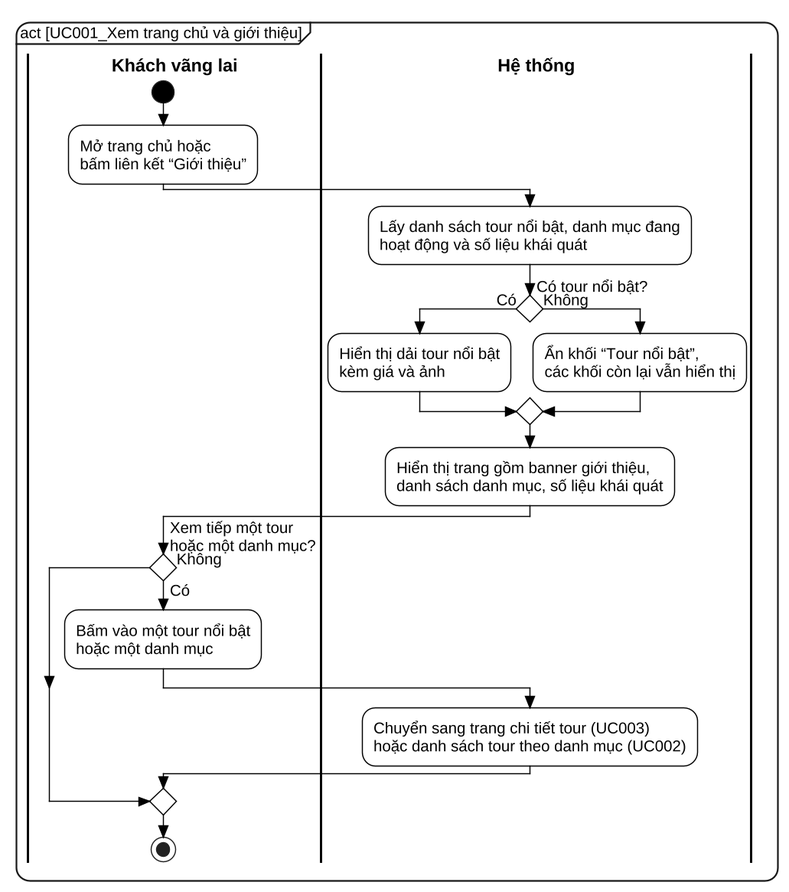
Above: docs/report/diagrams/png/UC001_activity.png in kanele05/project_www (PlantUML), before the change.
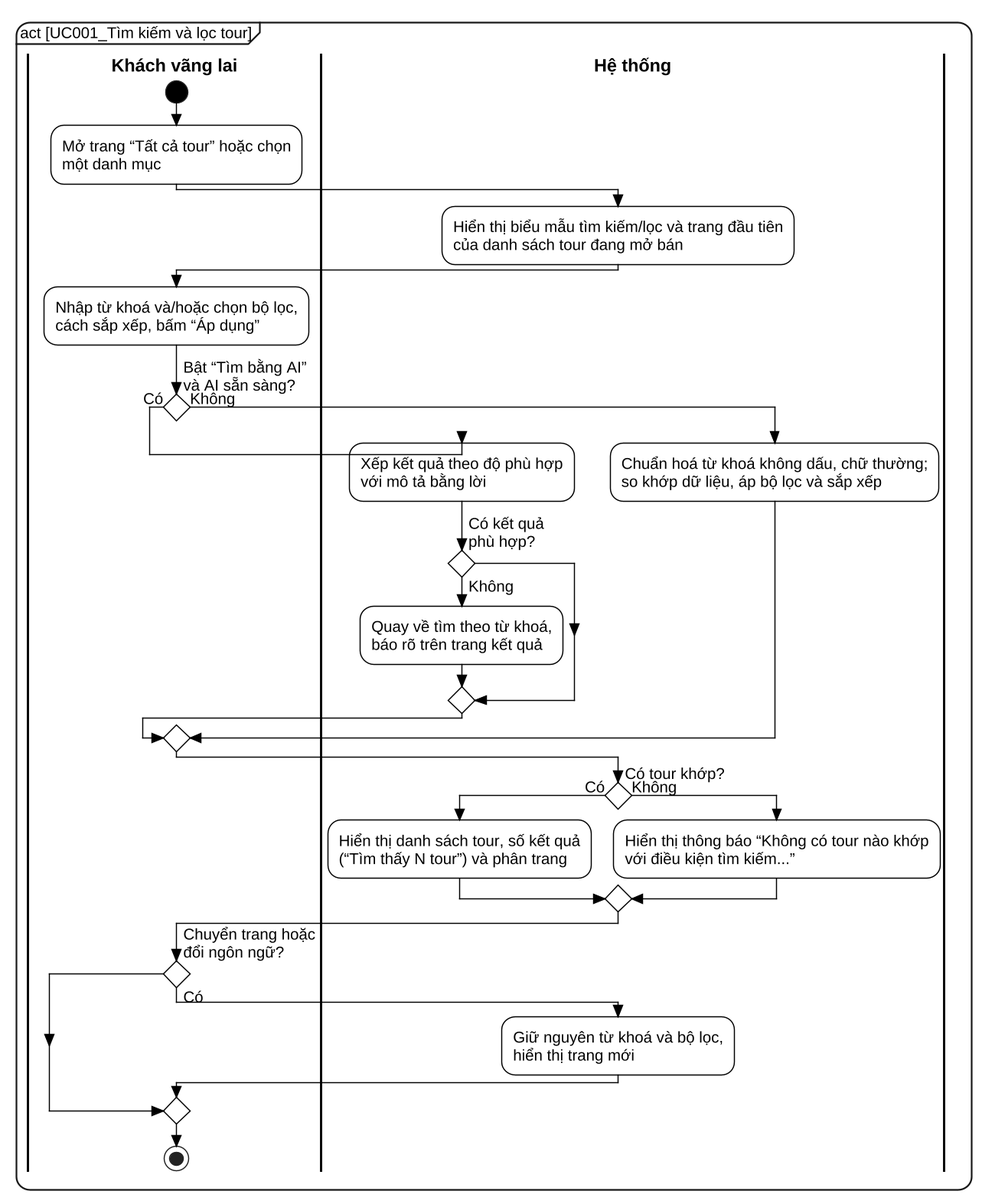
The same file after the commit.

The edit, as a diff of the source:
```diff
@@ -26,25 +26,35 @@
   TitleFontSize 16
 }
 skinparam wrapWidth 600
-mainframe act [UC001_Xem trang chủ và giới thiệu]
+mainframe act [UC001_Tìm kiếm và lọc tour]
 |Khách vãng lai|
 start
-:Mở trang chủ hoặc\nbấm liên kết “Giới thiệu”;
+:Mở trang “Tất cả tour” hoặc chọn\nmột danh mục;
 |Hệ thống|
-:Lấy danh sách tour nổi bật, danh mục đang\nhoạt động và số liệu khái quát;
-if (Có tour nổi bật?) then (Có)
-  :Hiển thị dải tour nổi bật\nkèm giá và ảnh;
+:Hiển thị biểu mẫu tìm kiếm/lọc và trang đầu tiên\ncủa danh sách tour đang mở bán;
+|Khách vãng lai|
+:Nhập từ khoá và/hoặc chọn bộ lọc,\ncách sắp xếp, bấm “Áp dụng”;
+if (Bật “Tìm bằng AI”\nvà AI sẵn sàng?) then (Có)
+  |Hệ thống|
+  :Xếp kết quả theo độ phù hợp\nvới mô tả bằng lời;
+  if (Có kết quả\nphù hợp?) then (Không)
+    :Quay về tìm theo từ khoá,\nbáo rõ trên trang kết quả;
+  endif
 else (Không)
-  :Ẩn khối “Tour nổi bật”,\ncác khối còn lại vẫn hiển thị;
+  |Hệ thống|
+  :Chuẩn hoá từ khoá không dấu, chữ thường;\nso khớp dữ liệu, áp bộ lọc và sắp xếp;
 endif
-:Hiển thị trang gồm banner giới thiệu,\ndanh sách danh mục, số liệu khái quát;
+|Hệ thống|
+if (Có tour khớp?) then (Có)
+  :Hiển thị danh sách tour, số kết quả\n(“Tìm thấy N tour”) và phân trang;
+else (Không)
+  :Hiển thị thông báo “Không có tour nào khớp\nvới điều kiện tìm kiếm...”;
+endif
 |Khách vãng lai|
-if (Xem tiếp một tour\nhoặc một danh mục?) then (Có)
-  :Bấm vào một tour nổi bật\nhoặc một danh mục;
+if (Chuyển trang hoặc\nđổi ngôn ngữ?) then (Có)
   |Hệ thống|
-  :Chuyển sang trang chi tiết tour (UC003)\nhoặc danh sách tour theo danh mục (UC002);
-  |Khách vãng lai|
-else (Không)
+  :Giữ nguyên từ khoá và bộ lọc,\nhiển thị trang mới;
 endif
+|Khách vãng lai|
 stop
 @enduml
```
